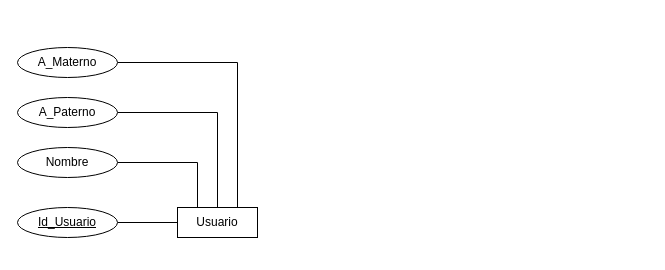
The draw.io diagram NewProyectoBD.drawio in edpedraza-epl/ProyectoDB, before the edit. Source tidied: cells renumbered, new cells numbered last; positions are measured from the earlier drawing's top-left corner, leaving out a move shared by most shapes. Both pictures are drawn from the tidied source at 100%, with x=0, y=0 at pixel (17, 47).
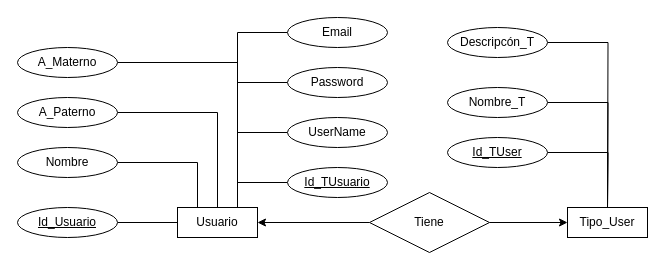
Above is the later version.

The change refers to these unchanged cells:
```xml
<mxCell id="2" value="Usuario" style="whiteSpace=wrap;html=1;align=center;" parent="1" vertex="1">
  <mxGeometry x="160" y="160" width="80" height="30" as="geometry" />
</mxCell>
```

Change to the diagram source:
```diff
@@
+    <mxCell id="11" style="edgeStyle=orthogonalEdgeStyle;rounded=0;jettySize=auto;html=1;entryX=0.75;entryY=0;entryDx=0;entryDy=0;endArrow=none;startFill=0;" parent="1" edge="1" source="12" target="2">
+      <mxGeometry relative="1" as="geometry" />
+    </mxCell>
+    <mxCell id="12" value="Password" style="ellipse;whiteSpace=wrap;html=1;align=center;" parent="1" vertex="1">
+      <mxGeometry x="270" y="20" width="100" height="30" as="geometry" />
+    </mxCell>
+    <mxCell id="13" style="edgeStyle=orthogonalEdgeStyle;rounded=0;jettySize=auto;html=1;entryX=0.75;entryY=0;entryDx=0;entryDy=0;endArrow=none;startFill=0;" parent="1" edge="1" source="14" target="2">
+      <mxGeometry relative="1" as="geometry" />
+    </mxCell>
+    <mxCell id="14" value="UserName" style="ellipse;whiteSpace=wrap;html=1;align=center;" parent="1" vertex="1">
+      <mxGeometry x="270" y="70" width="100" height="30" as="geometry" />
+    </mxCell>
+    <mxCell id="15" style="edgeStyle=orthogonalEdgeStyle;rounded=0;jettySize=auto;html=1;entryX=0.75;entryY=0;entryDx=0;entryDy=0;endArrow=none;startFill=0;" parent="1" edge="1" source="16" target="2">
+      <mxGeometry relative="1" as="geometry" />
+    </mxCell>
+    <mxCell id="16" value="Id_TUsuario" style="ellipse;whiteSpace=wrap;html=1;align=center;fontStyle=4;" parent="1" vertex="1">
+      <mxGeometry x="270" y="120" width="100" height="30" as="geometry" />
+    </mxCell>
+    <mxCell id="17" style="edgeStyle=orthogonalEdgeStyle;rounded=0;jettySize=auto;html=1;entryX=0.75;entryY=0;entryDx=0;entryDy=0;endArrow=none;startFill=0;" parent="1" edge="1" source="18" target="2">
+      <mxGeometry relative="1" as="geometry" />
+    </mxCell>
+    <mxCell id="18" value="Email" style="ellipse;whiteSpace=wrap;html=1;align=center;" parent="1" vertex="1">
+      <mxGeometry x="270" y="-30" width="100" height="30" as="geometry" />
+    </mxCell>
+    <mxCell id="19" value="Tipo_User" style="whiteSpace=wrap;html=1;align=center;" parent="1" vertex="1">
+      <mxGeometry x="550" y="160" width="80" height="30" as="geometry" />
+    </mxCell>
+    <mxCell id="20" style="edgeStyle=orthogonalEdgeStyle;rounded=0;jettySize=auto;html=1;entryX=0.5;entryY=0;entryDx=0;entryDy=0;endArrow=none;startFill=0;" parent="1" edge="1" source="21">
+      <mxGeometry relative="1" as="geometry">
+        <mxPoint x="590" y="160" as="targetPoint" />
+      </mxGeometry>
+    </mxCell>
+    <mxCell id="21" value="Id_TUser" style="ellipse;whiteSpace=wrap;html=1;align=center;fontStyle=4;" parent="1" vertex="1">
+      <mxGeometry x="430" y="90" width="100" height="30" as="geometry" />
+    </mxCell>
+    <mxCell id="22" style="edgeStyle=orthogonalEdgeStyle;rounded=0;jettySize=auto;html=1;entryX=0.5;entryY=0;entryDx=0;entryDy=0;endArrow=none;startFill=0;" parent="1" edge="1" source="23">
+      <mxGeometry relative="1" as="geometry">
+        <mxPoint x="590" y="160" as="targetPoint" />
+      </mxGeometry>
+    </mxCell>
+    <mxCell id="23" value="Nombre_T" style="ellipse;whiteSpace=wrap;html=1;align=center;" parent="1" vertex="1">
+      <mxGeometry x="430" y="40" width="100" height="30" as="geometry" />
+    </mxCell>
+    <mxCell id="24" style="edgeStyle=orthogonalEdgeStyle;rounded=0;jettySize=auto;html=1;entryX=0.5;entryY=0;entryDx=0;entryDy=0;endArrow=none;startFill=0;" parent="1" edge="1" source="25">
+      <mxGeometry relative="1" as="geometry">
+        <mxPoint x="590" y="160" as="targetPoint" />
+      </mxGeometry>
+    </mxCell>
+    <mxCell id="25" value="Descripcón_T" style="ellipse;whiteSpace=wrap;html=1;align=center;" parent="1" vertex="1">
+      <mxGeometry x="430" y="-20" width="100" height="30" as="geometry" />
+    </mxCell>
+    <mxCell id="26" style="edgeStyle=orthogonalEdgeStyle;rounded=0;jettySize=auto;html=1;" parent="1" edge="1" source="28" target="2">
+      <mxGeometry relative="1" as="geometry" />
+    </mxCell>
+    <mxCell id="27" style="edgeStyle=orthogonalEdgeStyle;rounded=0;jettySize=auto;html=1;" parent="1" edge="1" source="28" target="19">
+      <mxGeometry relative="1" as="geometry" />
+    </mxCell>
+    <mxCell id="28" value="Tiene" style="shape=rhombus;perimeter=rhombusPerimeter;whiteSpace=wrap;html=1;align=center;" parent="1" vertex="1">
+      <mxGeometry x="352" y="145" width="120" height="60" as="geometry" />
+    </mxCell>
```
